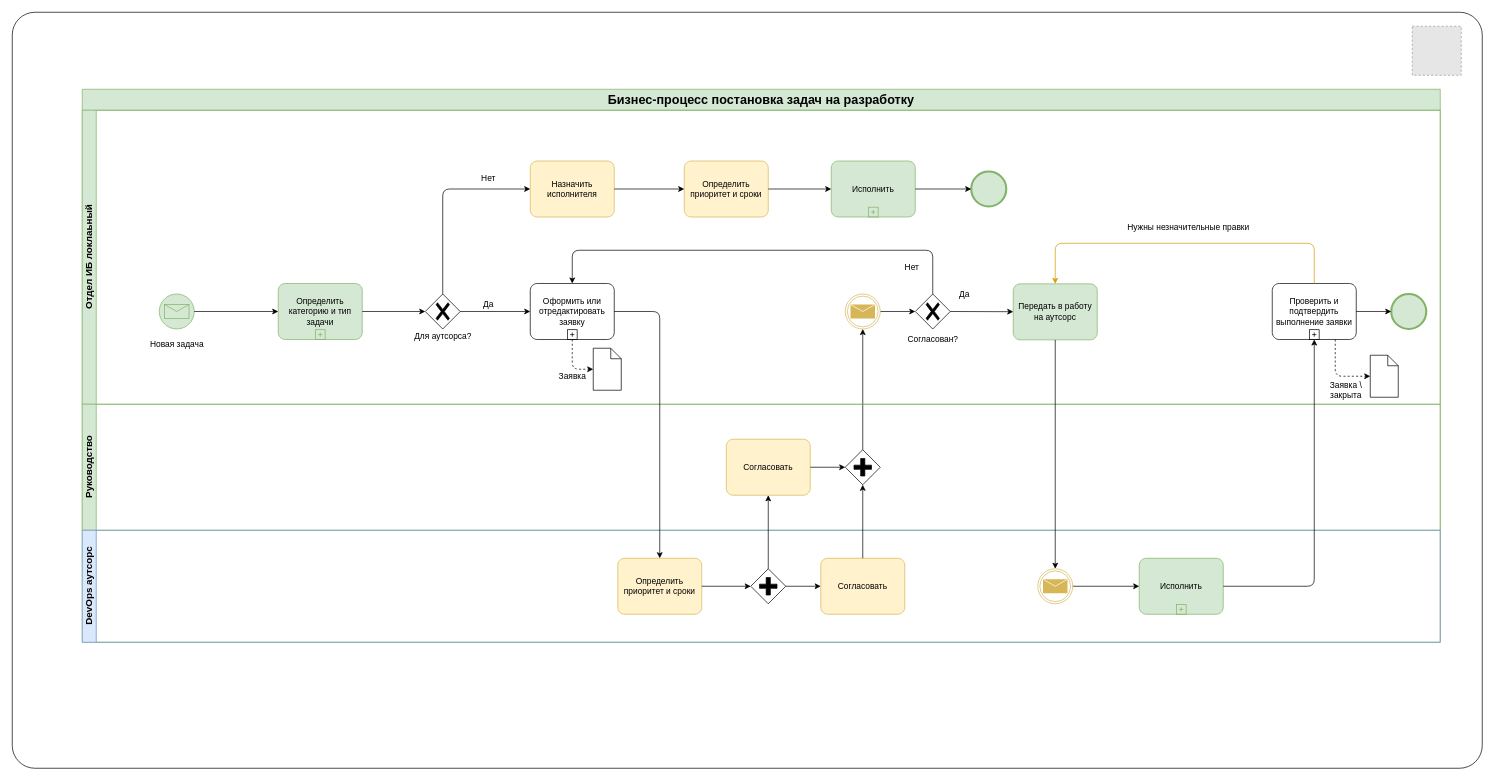
Heritager-tech/Public_data keeps this draw.io diagram as Рабочие примеры артефактов/BPMN бизнес-процессы поставновки задач в ИБ.drawio. Above is the earlier version. Source tidied: cells renumbered, new cells numbered last; positions are measured from the earlier drawing's top-left corner, leaving out a move shared by most shapes. Both pictures are drawn from the tidied source at 70%, with x=0, y=0 at pixel (12, 12). Pictures stored in the file or linked from it are replaced by grey dashed boxes.
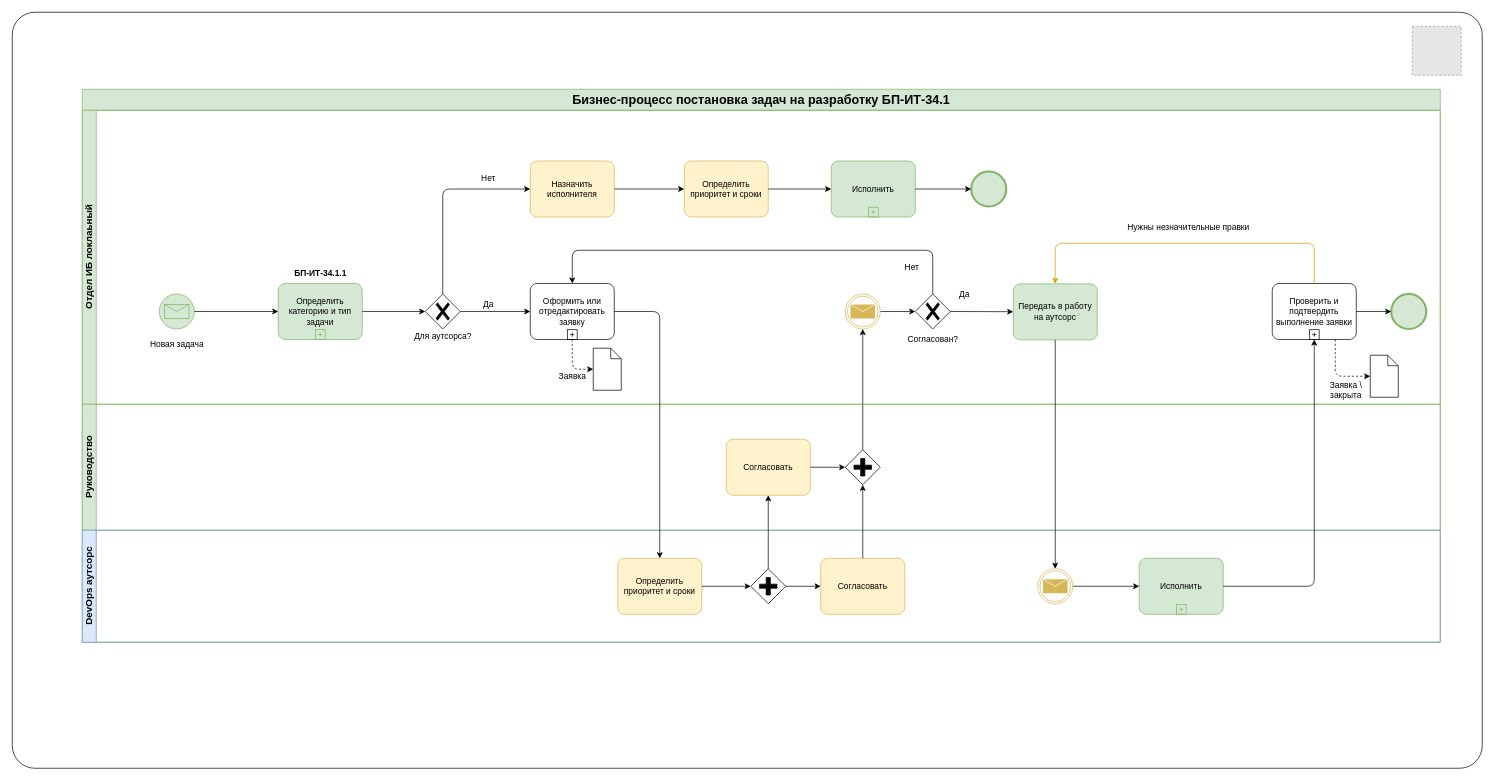
Above is the later version.

The change refers to these unchanged cells:
```xml
<mxCell id="4" value="&lt;font style=&quot;font-size: 14px;&quot;&gt;Отдел ИБ локлаьный&lt;/font&gt;" style="swimlane;html=1;startSize=20;horizontal=0;fillColor=#d5e8d4;strokeColor=#82b366;" parent="3" vertex="1">
  <mxGeometry y="30" width="1940" height="420" as="geometry" />
</mxCell>
```

Change to the diagram source:
```diff
@@
-    <mxCell id="3" value="&lt;font style=&quot;font-size: 18px;&quot;&gt;Бизнес-процесс постановка задач на разработку&lt;/font&gt;" style="swimlane;html=1;horizontal=1;startSize=30;whiteSpace=wrap;fillStyle=auto;fillColor=#d5e8d4;strokeColor=#82b366;" parent="1" vertex="1">
+    <mxCell id="3" value="&lt;font style=&quot;font-size: 18px;&quot;&gt;Бизнес-процесс постановка задач на разработку БП-ИТ-34.1&lt;/font&gt;" style="swimlane;html=1;horizontal=1;startSize=30;whiteSpace=wrap;fillStyle=auto;fillColor=#d5e8d4;strokeColor=#82b366;" parent="1" vertex="1">
       <mxGeometry x="100" y="110" width="1940" height="790" as="geometry" />
     </mxCell>
@@
+    <mxCell id="64" value="&lt;b&gt;БП-ИТ-34.1.1&lt;/b&gt;" style="text;html=1;align=center;verticalAlign=middle;strokeColor=none;fillColor=none;" parent="4" vertex="1">
+      <mxGeometry x="290" y="217.5" width="100" height="30" as="geometry" />
+    </mxCell>
```
